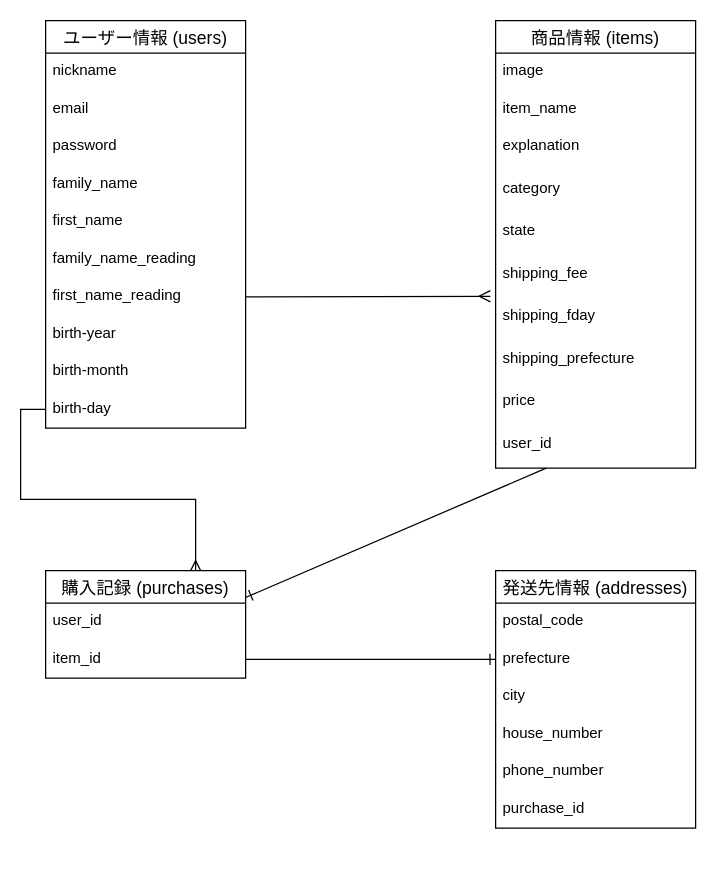
Earlier version of the draw.io diagram test.dio (mina153/frima-35368). Source tidied: cells renumbered, new cells numbered last; positions are measured from the earlier drawing's top-left corner, leaving out a move shared by most shapes. Both pictures are drawn from the tidied source at 125%, with x=0, y=0 at pixel (45, 20).
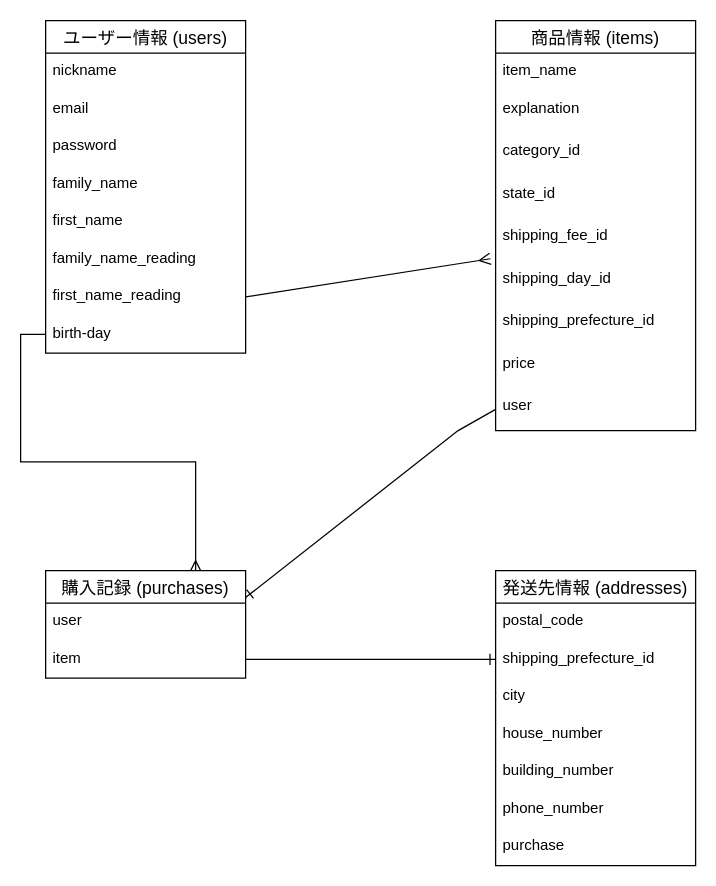
After the change.

Commit message (it also covers changes not shown here):
データベース設計　修正版

The change refers to these unchanged cells:
```xml
<mxCell id="24" value="購入記録 (purchases)" style="swimlane;fontStyle=0;horizontal=1;startSize=26;align=center;fontSize=14;" parent="1" vertex="1">
  <mxGeometry y="440" width="160" height="86" as="geometry" />
</mxCell>
```

Change to the diagram source:
```diff
@@
     <mxCell id="2" value="ユーザー情報 (users)" style="swimlane;fontStyle=0;horizontal=1;startSize=26;align=center;fontSize=14;" parent="1" vertex="1">
-      <mxGeometry width="160" height="326" as="geometry" />
+      <mxGeometry width="160" height="266" as="geometry" />
     </mxCell>
@@
-    <mxCell id="10" value="birth-year" style="text;strokeColor=none;fillColor=none;spacingLeft=4;spacingRight=4;overflow=hidden;fontSize=12;" parent="2" vertex="1">
-      <mxGeometry y="236" width="160" height="30" as="geometry" />
-    </mxCell>
-    <mxCell id="11" value="birth-month&#10;" style="text;strokeColor=none;fillColor=none;spacingLeft=4;spacingRight=4;overflow=hidden;fontSize=12;" parent="2" vertex="1">
-      <mxGeometry y="266" width="160" height="30" as="geometry" />
-    </mxCell>
     <mxCell id="12" value="birth-day" style="text;strokeColor=none;fillColor=none;spacingLeft=4;spacingRight=4;overflow=hidden;points=[[0,0.5],[1,0.5]];portConstraint=eastwest;fontSize=12;" parent="2" vertex="1">
-      <mxGeometry y="296" width="160" height="30" as="geometry" />
+      <mxGeometry y="236" width="160" height="30" as="geometry" />
     </mxCell>
     <mxCell id="13" value="商品情報 (items)" style="swimlane;fontStyle=0;horizontal=1;startSize=26;align=center;fontSize=14;" parent="1" vertex="1">
-      <mxGeometry x="360" width="160" height="358" as="geometry" />
+      <mxGeometry x="360" width="160" height="328" as="geometry" />
     </mxCell>
-    <mxCell id="14" value="image" style="text;strokeColor=none;fillColor=none;spacingLeft=4;spacingRight=4;overflow=hidden;fontSize=12;" parent="13" vertex="1">
-      <mxGeometry y="26" width="160" height="30" as="geometry" />
-    </mxCell>
     <mxCell id="15" value="item_name" style="text;strokeColor=none;fillColor=none;spacingLeft=4;spacingRight=4;overflow=hidden;fontSize=12;" parent="13" vertex="1">
-      <mxGeometry y="56" width="160" height="30" as="geometry" />
+      <mxGeometry y="26" width="160" height="30" as="geometry" />
     </mxCell>
     <mxCell id="16" value="explanation" style="text;strokeColor=none;fillColor=none;spacingLeft=4;spacingRight=4;overflow=hidden;fontSize=12;" parent="13" vertex="1">
-      <mxGeometry y="86" width="160" height="34" as="geometry" />
+      <mxGeometry y="56" width="160" height="34" as="geometry" />
     </mxCell>
-    <mxCell id="17" value="category" style="text;strokeColor=none;fillColor=none;spacingLeft=4;spacingRight=4;overflow=hidden;fontSize=12;" parent="13" vertex="1">
-      <mxGeometry y="120" width="160" height="34" as="geometry" />
+    <mxCell id="17" value="category_id" style="text;strokeColor=none;fillColor=none;spacingLeft=4;spacingRight=4;overflow=hidden;fontSize=12;" parent="13" vertex="1">
+      <mxGeometry y="90" width="160" height="34" as="geometry" />
     </mxCell>
-    <mxCell id="18" value="state" style="text;strokeColor=none;fillColor=none;spacingLeft=4;spacingRight=4;overflow=hidden;fontSize=12;" parent="13" vertex="1">
-      <mxGeometry y="154" width="160" height="34" as="geometry" />
+    <mxCell id="18" value="state_id" style="text;strokeColor=none;fillColor=none;spacingLeft=4;spacingRight=4;overflow=hidden;fontSize=12;" parent="13" vertex="1">
+      <mxGeometry y="124" width="160" height="34" as="geometry" />
     </mxCell>
-    <mxCell id="19" value="shipping_fee" style="text;strokeColor=none;fillColor=none;spacingLeft=4;spacingRight=4;overflow=hidden;points=[[0,0.5],[1,0.5]];portConstraint=eastwest;fontSize=12;" parent="13" vertex="1">
-      <mxGeometry y="188" width="160" height="34" as="geometry" />
+    <mxCell id="19" value="shipping_fee_id" style="text;strokeColor=none;fillColor=none;spacingLeft=4;spacingRight=4;overflow=hidden;points=[[0,0.5],[1,0.5]];portConstraint=eastwest;fontSize=12;" parent="13" vertex="1">
+      <mxGeometry y="158" width="160" height="34" as="geometry" />
     </mxCell>
-    <mxCell id="20" value="shipping_fday" style="text;strokeColor=none;fillColor=none;spacingLeft=4;spacingRight=4;overflow=hidden;fontSize=12;" parent="13" vertex="1">
-      <mxGeometry y="222" width="160" height="34" as="geometry" />
+    <mxCell id="20" value="shipping_day_id" style="text;strokeColor=none;fillColor=none;spacingLeft=4;spacingRight=4;overflow=hidden;fontSize=12;" parent="13" vertex="1">
+      <mxGeometry y="192" width="160" height="34" as="geometry" />
     </mxCell>
-    <mxCell id="21" value="shipping_prefecture" style="text;strokeColor=none;fillColor=none;spacingLeft=4;spacingRight=4;overflow=hidden;fontSize=12;" parent="13" vertex="1">
-      <mxGeometry y="256" width="160" height="34" as="geometry" />
+    <mxCell id="21" value="shipping_prefecture_id" style="text;strokeColor=none;fillColor=none;spacingLeft=4;spacingRight=4;overflow=hidden;fontSize=12;" parent="13" vertex="1">
+      <mxGeometry y="226" width="160" height="34" as="geometry" />
     </mxCell>
     <mxCell id="22" value="price" style="text;strokeColor=none;fillColor=none;spacingLeft=4;spacingRight=4;overflow=hidden;fontSize=12;" parent="13" vertex="1">
-      <mxGeometry y="290" width="160" height="34" as="geometry" />
+      <mxGeometry y="260" width="160" height="34" as="geometry" />
     </mxCell>
-    <mxCell id="23" value="user_id" style="text;strokeColor=none;fillColor=none;spacingLeft=4;spacingRight=4;overflow=hidden;points=[[0,0.5],[1,0.5]];portConstraint=eastwest;fontSize=12;" parent="13" vertex="1">
-      <mxGeometry y="324" width="160" height="34" as="geometry" />
+    <mxCell id="23" value="user" style="text;strokeColor=none;fillColor=none;spacingLeft=4;spacingRight=4;overflow=hidden;points=[[0,0.5],[1,0.5]];portConstraint=eastwest;fontSize=12;" parent="13" vertex="1">
+      <mxGeometry y="294" width="160" height="34" as="geometry" />
     </mxCell>
@@
-    <mxCell id="25" value="user_id" style="text;strokeColor=none;fillColor=none;spacingLeft=4;spacingRight=4;overflow=hidden;fontSize=12;" parent="24" vertex="1">
+    <mxCell id="25" value="user" style="text;strokeColor=none;fillColor=none;spacingLeft=4;spacingRight=4;overflow=hidden;fontSize=12;" parent="24" vertex="1">
       <mxGeometry y="26" width="160" height="30" as="geometry" />
     </mxCell>
-    <mxCell id="26" value="item_id" style="text;strokeColor=none;fillColor=none;spacingLeft=4;spacingRight=4;overflow=hidden;points=[[0,0.5],[1,0.5]];portConstraint=eastwest;fontSize=12;" parent="24" vertex="1">
+    <mxCell id="26" value="item" style="text;strokeColor=none;fillColor=none;spacingLeft=4;spacingRight=4;overflow=hidden;points=[[0,0.5],[1,0.5]];portConstraint=eastwest;fontSize=12;" parent="24" vertex="1">
       <mxGeometry y="56" width="160" height="30" as="geometry" />
     </mxCell>
     <mxCell id="27" value="発送先情報 (addresses)" style="swimlane;fontStyle=0;horizontal=1;startSize=26;align=center;fontSize=14;" parent="1" vertex="1">
-      <mxGeometry x="360" y="440" width="160" height="206" as="geometry" />
+      <mxGeometry x="360" y="440" width="160" height="236" as="geometry" />
     </mxCell>
@@
-    <mxCell id="29" value="prefecture" style="text;strokeColor=none;fillColor=none;spacingLeft=4;spacingRight=4;overflow=hidden;points=[[0,0.5],[1,0.5]];portConstraint=eastwest;fontSize=12;" parent="27" vertex="1">
+    <mxCell id="29" value="shipping_prefecture_id" style="text;strokeColor=none;fillColor=none;spacingLeft=4;spacingRight=4;overflow=hidden;points=[[0,0.5],[1,0.5]];portConstraint=eastwest;fontSize=12;" parent="27" vertex="1">
       <mxGeometry y="56" width="160" height="30" as="geometry" />
     </mxCell>
@@
+    <mxCell id="38" value="building_number" style="text;strokeColor=none;fillColor=none;spacingLeft=4;spacingRight=4;overflow=hidden;fontSize=12;" parent="27" vertex="1">
+      <mxGeometry y="146" width="160" height="30" as="geometry" />
+    </mxCell>
     <mxCell id="32" value="phone_number" style="text;strokeColor=none;fillColor=none;spacingLeft=4;spacingRight=4;overflow=hidden;fontSize=12;" parent="27" vertex="1">
-      <mxGeometry y="146" width="160" height="30" as="geometry" />
+      <mxGeometry y="176" width="160" height="30" as="geometry" />
     </mxCell>
-    <mxCell id="33" value="purchase_id" style="text;strokeColor=none;fillColor=none;spacingLeft=4;spacingRight=4;overflow=hidden;fontSize=12;" parent="27" vertex="1">
-      <mxGeometry y="176" width="160" height="30" as="geometry" />
+    <mxCell id="33" value="purchase" style="text;strokeColor=none;fillColor=none;spacingLeft=4;spacingRight=4;overflow=hidden;fontSize=12;" parent="27" vertex="1">
+      <mxGeometry y="206" width="160" height="30" as="geometry" />
     </mxCell>
@@
-    <mxCell id="35" style="edgeStyle=none;rounded=0;jumpSize=7;jettySize=auto;html=1;entryX=1;entryY=0.25;entryDx=0;entryDy=0;endArrow=ERone;endFill=0;endSize=7;strokeWidth=1;" parent="1" edge="1" source="23" target="24">
-      <mxGeometry relative="1" as="geometry" />
+    <mxCell id="35" style="edgeStyle=none;rounded=0;jumpSize=7;jettySize=auto;html=1;entryX=1;entryY=0.25;entryDx=0;entryDy=0;endArrow=ERone;endFill=0;endSize=7;strokeWidth=1;exitX=0;exitY=0.5;exitDx=0;exitDy=0;" parent="1" edge="1" source="23" target="24">
+      <mxGeometry relative="1" as="geometry">
+        <Array as="points">
+          <mxPoint x="330" y="328" />
+        </Array>
+      </mxGeometry>
     </mxCell>
```
